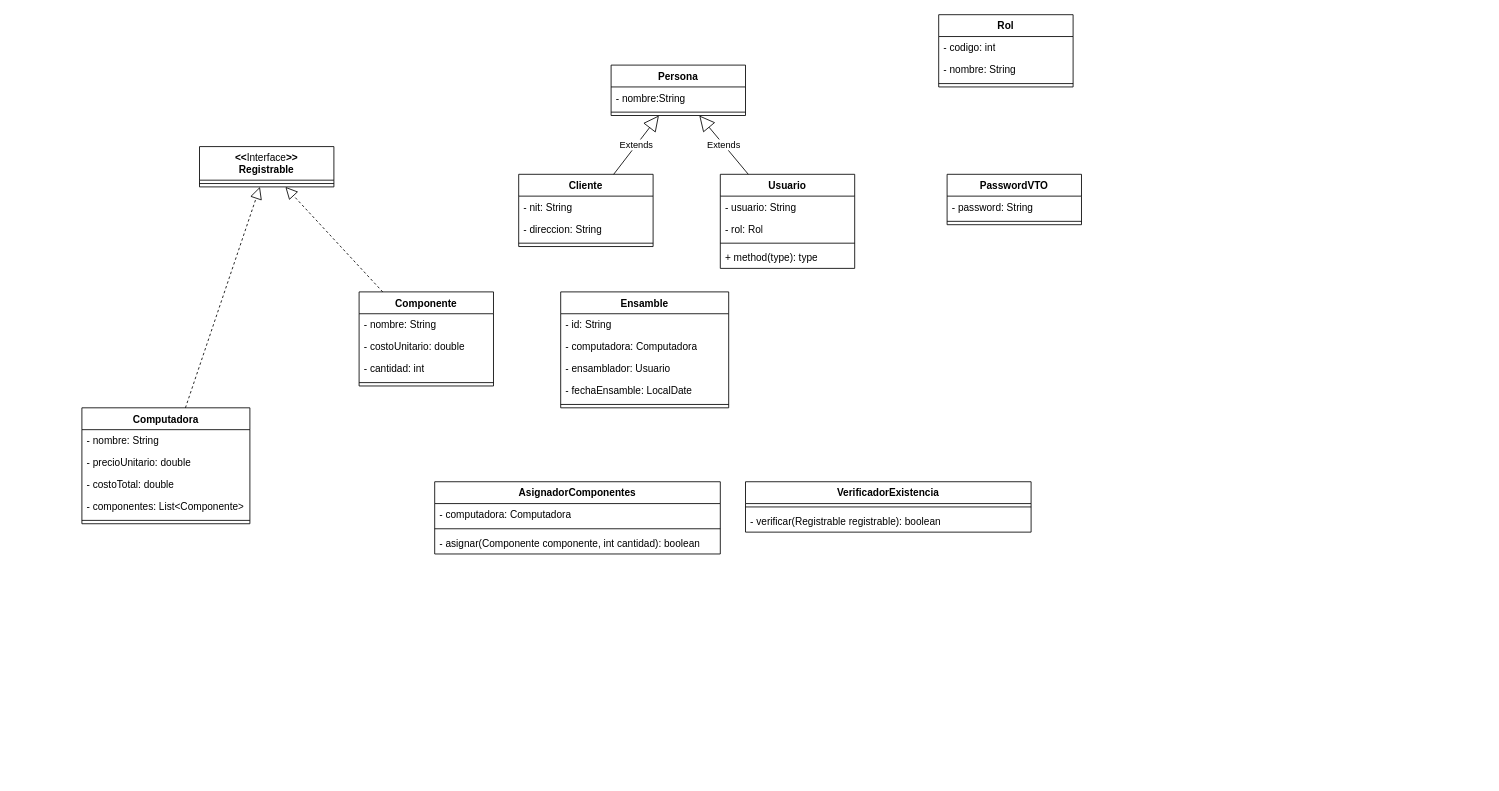
Earlier version of the draw.io diagram page "Clases" (1 of 2) of Documentación/La Computadora Feliz IPC2 1S 2025.drawio (Emahch/Proyecto-1-IPC2-S2-2025). Source tidied: cells renumbered, new cells numbered last; positions are measured from the earlier drawing's top-left corner, leaving out a move shared by most shapes. Both pictures are drawn from the tidied source at 84%, with x=0, y=0 at pixel (81, 14).
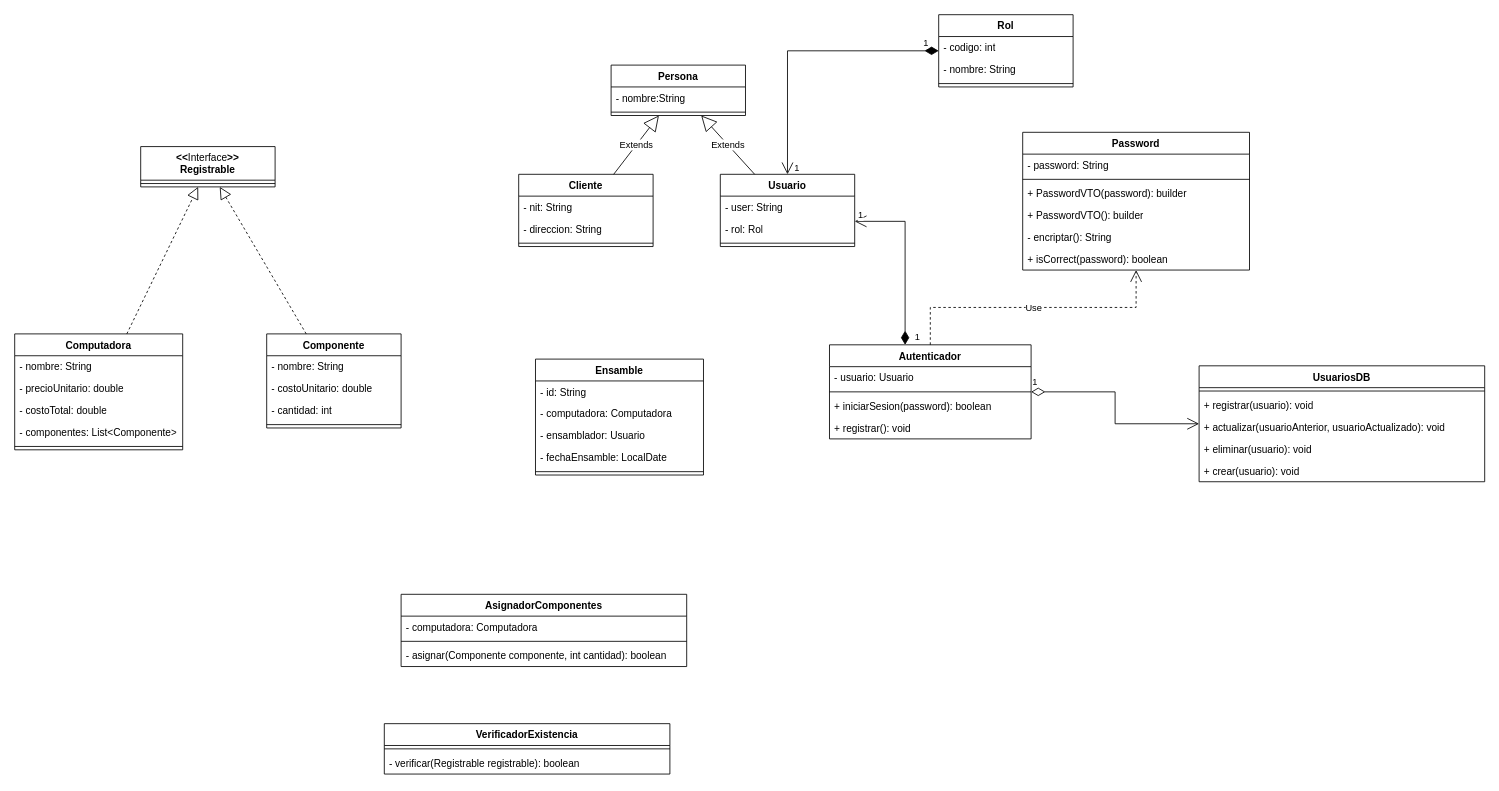
After the change.

The change refers to these unchanged cells:
```xml
<mxCell id="18" value="Rol" style="swimlane;fontStyle=1;align=center;verticalAlign=top;horizontal=1;startSize=26;whiteSpace=wrap;html=1;" parent="1" vertex="1">
  <mxGeometry x="1020" width="160" height="86" as="geometry" />
</mxCell>
```

What changed in the source:
```diff
@@
     <mxCell id="2" value="Ensamble" style="swimlane;fontStyle=1;align=center;verticalAlign=top;horizontal=1;startSize=26;whiteSpace=wrap;html=1;" parent="1" vertex="1">
-      <mxGeometry x="570" y="330" width="200" height="138" as="geometry" />
+      <mxGeometry x="540" y="410" width="200" height="138" as="geometry" />
     </mxCell>
@@
     <mxCell id="8" value="&lt;div&gt;Componente&lt;/div&gt;" style="swimlane;fontStyle=1;align=center;verticalAlign=top;horizontal=1;startSize=26;whiteSpace=wrap;html=1;" parent="1" vertex="1">
-      <mxGeometry x="330" y="330" width="160" height="112" as="geometry" />
+      <mxGeometry x="220" y="380" width="160" height="112" as="geometry" />
     </mxCell>
@@
     <mxCell id="13" value="Usuario" style="swimlane;fontStyle=1;align=center;verticalAlign=top;horizontal=1;startSize=26;whiteSpace=wrap;html=1;" parent="1" vertex="1">
-      <mxGeometry x="760" y="190" width="160" height="112" as="geometry" />
+      <mxGeometry x="760" y="190" width="160" height="86" as="geometry" />
     </mxCell>
-    <mxCell id="14" value="- usuario: String" style="text;strokeColor=none;fillColor=none;align=left;verticalAlign=top;spacingLeft=4;spacingRight=4;overflow=hidden;whiteSpace=wrap;html=1;" parent="13" vertex="1">
+    <mxCell id="14" value="- user: String" style="text;strokeColor=none;fillColor=none;align=left;verticalAlign=top;spacingLeft=4;spacingRight=4;overflow=hidden;whiteSpace=wrap;html=1;" parent="13" vertex="1">
       <mxGeometry y="26" width="160" height="26" as="geometry" />
     </mxCell>
@@
-    <mxCell id="17" value="+ method(type): type" style="text;strokeColor=none;fillColor=none;align=left;verticalAlign=top;spacingLeft=4;spacingRight=4;overflow=hidden;whiteSpace=wrap;html=1;" parent="13" vertex="1">
-      <mxGeometry y="86" width="160" height="26" as="geometry" />
-    </mxCell>
@@
     <mxCell id="22" value="Computadora" style="swimlane;fontStyle=1;align=center;verticalAlign=top;horizontal=1;startSize=26;whiteSpace=wrap;html=1;" parent="1" vertex="1">
-      <mxGeometry y="468" width="200" height="138" as="geometry" />
+      <mxGeometry x="-80" y="380" width="200" height="138" as="geometry" />
     </mxCell>
@@
-    <mxCell id="35" value="PasswordVTO" style="swimlane;fontStyle=1;align=center;verticalAlign=top;horizontal=1;startSize=26;whiteSpace=wrap;html=1;" parent="1" vertex="1">
-      <mxGeometry x="1030" y="190" width="160" height="60" as="geometry" />
+    <mxCell id="35" value="Password" style="swimlane;fontStyle=1;align=center;verticalAlign=top;horizontal=1;startSize=26;whiteSpace=wrap;html=1;" parent="1" vertex="1">
+      <mxGeometry x="1120" y="140" width="270" height="164" as="geometry" />
     </mxCell>
     <mxCell id="36" value="- password: String" style="text;strokeColor=none;fillColor=none;align=left;verticalAlign=top;spacingLeft=4;spacingRight=4;overflow=hidden;whiteSpace=wrap;html=1;" parent="35" vertex="1">
-      <mxGeometry y="26" width="160" height="26" as="geometry" />
+      <mxGeometry y="26" width="270" height="26" as="geometry" />
     </mxCell>
     <mxCell id="37" style="line;strokeWidth=1;fillColor=none;align=left;verticalAlign=middle;spacingTop=-1;spacingLeft=3;spacingRight=3;labelPosition=right;strokeColor=inherit;" parent="35" vertex="1">
-      <mxGeometry y="52" width="160" height="8" as="geometry" />
+      <mxGeometry y="52" width="270" height="8" as="geometry" />
     </mxCell>
+    <mxCell id="51" value="+ PasswordVTO(password): builder" style="text;strokeColor=none;fillColor=none;align=left;verticalAlign=top;spacingLeft=4;spacingRight=4;overflow=hidden;whiteSpace=wrap;html=1;" parent="35" vertex="1">
+      <mxGeometry y="60" width="270" height="26" as="geometry" />
+    </mxCell>
+    <mxCell id="52" value="+ PasswordVTO(): builder" style="text;strokeColor=none;fillColor=none;align=left;verticalAlign=top;spacingLeft=4;spacingRight=4;overflow=hidden;whiteSpace=wrap;html=1;" parent="35" vertex="1">
+      <mxGeometry y="86" width="270" height="26" as="geometry" />
+    </mxCell>
+    <mxCell id="53" value="- encriptar(): String" style="text;strokeColor=none;fillColor=none;align=left;verticalAlign=top;spacingLeft=4;spacingRight=4;overflow=hidden;whiteSpace=wrap;html=1;" parent="35" vertex="1">
+      <mxGeometry y="112" width="270" height="26" as="geometry" />
+    </mxCell>
+    <mxCell id="54" value="+ isCorrect(password): boolean" style="text;strokeColor=none;fillColor=none;align=left;verticalAlign=top;spacingLeft=4;spacingRight=4;overflow=hidden;whiteSpace=wrap;html=1;" parent="35" vertex="1">
+      <mxGeometry y="138" width="270" height="26" as="geometry" />
+    </mxCell>
@@
     <mxCell id="40" value="AsignadorComponentes" style="swimlane;fontStyle=1;align=center;verticalAlign=top;horizontal=1;startSize=26;whiteSpace=wrap;html=1;" parent="1" vertex="1">
-      <mxGeometry x="420" y="556" width="340" height="86" as="geometry" />
+      <mxGeometry x="380" y="690" width="340" height="86" as="geometry" />
     </mxCell>
@@
     <mxCell id="44" value="VerificadorExistencia" style="swimlane;fontStyle=1;align=center;verticalAlign=top;horizontal=1;startSize=26;whiteSpace=wrap;html=1;" parent="1" vertex="1">
-      <mxGeometry x="790" y="556" width="340" height="60" as="geometry" />
+      <mxGeometry x="360" y="844" width="340" height="60" as="geometry" />
     </mxCell>
@@
     <mxCell id="47" value="&lt;div&gt;&amp;lt;&amp;lt;&lt;span style=&quot;font-weight: normal;&quot;&gt;Interface&lt;/span&gt;&amp;gt;&amp;gt;&lt;/div&gt;&lt;div&gt;Registrable&lt;/div&gt;" style="swimlane;fontStyle=1;align=center;verticalAlign=top;horizontal=1;startSize=40;whiteSpace=wrap;html=1;" parent="1" vertex="1">
-      <mxGeometry x="140" y="157" width="160" height="48" as="geometry" />
+      <mxGeometry x="70" y="157" width="160" height="48" as="geometry" />
     </mxCell>
@@
+    <mxCell id="55" value="1" style="endArrow=open;html=1;endSize=12;startArrow=diamondThin;startSize=14;startFill=1;edgeStyle=orthogonalEdgeStyle;align=left;verticalAlign=bottom;rounded=0;strokeColor=default;fontFamily=Helvetica;fontSize=11;fontColor=default;labelBackgroundColor=default;" parent="1" edge="1" source="18" target="13">
+      <mxGeometry x="-0.88" relative="1" as="geometry" />
+    </mxCell>
+    <mxCell id="56" value="1" style="edgeLabel;html=1;align=center;verticalAlign=middle;fontFamily=Helvetica;fontSize=11;fontColor=default;labelBackgroundColor=default;" parent="55" vertex="1">
+      <mxGeometry x="0.91" y="3" relative="1" as="geometry">
+        <mxPoint x="7" y="6" as="offset" />
+      </mxGeometry>
+    </mxCell>
+    <mxCell id="57" value="Autenticador" style="swimlane;fontStyle=1;align=center;verticalAlign=top;horizontal=1;startSize=26;whiteSpace=wrap;html=1;" parent="1" vertex="1">
+      <mxGeometry x="890" y="393" width="240" height="112" as="geometry" />
+    </mxCell>
+    <mxCell id="58" value="- usuario: Usuario" style="text;strokeColor=none;fillColor=none;align=left;verticalAlign=top;spacingLeft=4;spacingRight=4;overflow=hidden;whiteSpace=wrap;html=1;" parent="57" vertex="1">
+      <mxGeometry y="26" width="240" height="26" as="geometry" />
+    </mxCell>
+    <mxCell id="59" style="line;strokeWidth=1;fillColor=none;align=left;verticalAlign=middle;spacingTop=-1;spacingLeft=3;spacingRight=3;labelPosition=right;strokeColor=inherit;" parent="57" vertex="1">
+      <mxGeometry y="52" width="240" height="8" as="geometry" />
+    </mxCell>
+    <mxCell id="60" value="+ iniciarSesion(password): boolean" style="text;strokeColor=none;fillColor=none;align=left;verticalAlign=top;spacingLeft=4;spacingRight=4;overflow=hidden;whiteSpace=wrap;html=1;" parent="57" vertex="1">
+      <mxGeometry y="60" width="240" height="26" as="geometry" />
+    </mxCell>
+    <mxCell id="61" value="+ registrar(): void" style="text;strokeColor=none;fillColor=none;align=left;verticalAlign=top;spacingLeft=4;spacingRight=4;overflow=hidden;whiteSpace=wrap;html=1;" parent="57" vertex="1">
+      <mxGeometry y="86" width="240" height="26" as="geometry" />
+    </mxCell>
+    <mxCell id="62" value="1" style="endArrow=open;html=1;endSize=12;startArrow=diamondThin;startSize=14;startFill=1;edgeStyle=orthogonalEdgeStyle;align=left;verticalAlign=bottom;rounded=0;strokeColor=default;fontFamily=Helvetica;fontSize=11;fontColor=default;labelBackgroundColor=default;" parent="1" edge="1" source="57" target="13">
+      <mxGeometry x="-1" y="-10" relative="1" as="geometry">
+        <Array as="points">
+          <mxPoint x="980" y="246" />
+        </Array>
+      </mxGeometry>
+    </mxCell>
+    <mxCell id="63" value="1" style="edgeLabel;html=1;align=center;verticalAlign=middle;fontFamily=Helvetica;fontSize=11;fontColor=default;labelBackgroundColor=default;" parent="62" vertex="1">
+      <mxGeometry x="0.9" y="-6" relative="1" as="geometry">
+        <mxPoint x="-4" y="-2" as="offset" />
+      </mxGeometry>
+    </mxCell>
+    <mxCell id="64" value="Use" style="endArrow=open;endSize=12;dashed=1;html=1;rounded=0;strokeColor=default;align=center;verticalAlign=middle;fontFamily=Helvetica;fontSize=11;fontColor=default;labelBackgroundColor=default;edgeStyle=orthogonalEdgeStyle;" parent="1" edge="1" source="57" target="35">
+      <mxGeometry relative="1" as="geometry" />
+    </mxCell>
+    <mxCell id="65" value="UsuariosDB" style="swimlane;fontStyle=1;align=center;verticalAlign=top;horizontal=1;startSize=26;whiteSpace=wrap;html=1;" parent="1" vertex="1">
+      <mxGeometry x="1330" y="418" width="340" height="138" as="geometry" />
+    </mxCell>
+    <mxCell id="66" style="line;strokeWidth=1;fillColor=none;align=left;verticalAlign=middle;spacingTop=-1;spacingLeft=3;spacingRight=3;labelPosition=right;strokeColor=inherit;" parent="65" vertex="1">
+      <mxGeometry y="26" width="340" height="8" as="geometry" />
+    </mxCell>
+    <mxCell id="67" value="+ registrar(usuario): void" style="text;strokeColor=none;fillColor=none;align=left;verticalAlign=top;spacingLeft=4;spacingRight=4;overflow=hidden;whiteSpace=wrap;html=1;" parent="65" vertex="1">
+      <mxGeometry y="34" width="340" height="26" as="geometry" />
+    </mxCell>
+    <mxCell id="68" value="+ actualizar(usuarioAnterior, usuarioActualizado): void" style="text;strokeColor=none;fillColor=none;align=left;verticalAlign=top;spacingLeft=4;spacingRight=4;overflow=hidden;whiteSpace=wrap;html=1;" parent="65" vertex="1">
+      <mxGeometry y="60" width="340" height="26" as="geometry" />
+    </mxCell>
+    <mxCell id="69" value="+ eliminar(usuario): void" style="text;strokeColor=none;fillColor=none;align=left;verticalAlign=top;spacingLeft=4;spacingRight=4;overflow=hidden;whiteSpace=wrap;html=1;" parent="65" vertex="1">
+      <mxGeometry y="86" width="340" height="26" as="geometry" />
+    </mxCell>
+    <mxCell id="70" value="+ crear(usuario): void" style="text;strokeColor=none;fillColor=none;align=left;verticalAlign=top;spacingLeft=4;spacingRight=4;overflow=hidden;whiteSpace=wrap;html=1;" parent="65" vertex="1">
+      <mxGeometry y="112" width="340" height="26" as="geometry" />
+    </mxCell>
+    <mxCell id="71" value="1" style="endArrow=open;html=1;endSize=12;startArrow=diamondThin;startSize=14;startFill=0;edgeStyle=orthogonalEdgeStyle;align=left;verticalAlign=bottom;rounded=0;strokeColor=default;fontFamily=Helvetica;fontSize=11;fontColor=default;labelBackgroundColor=default;" parent="1" edge="1" source="57" target="65">
+      <mxGeometry x="-1" y="3" relative="1" as="geometry" />
+    </mxCell>
```
